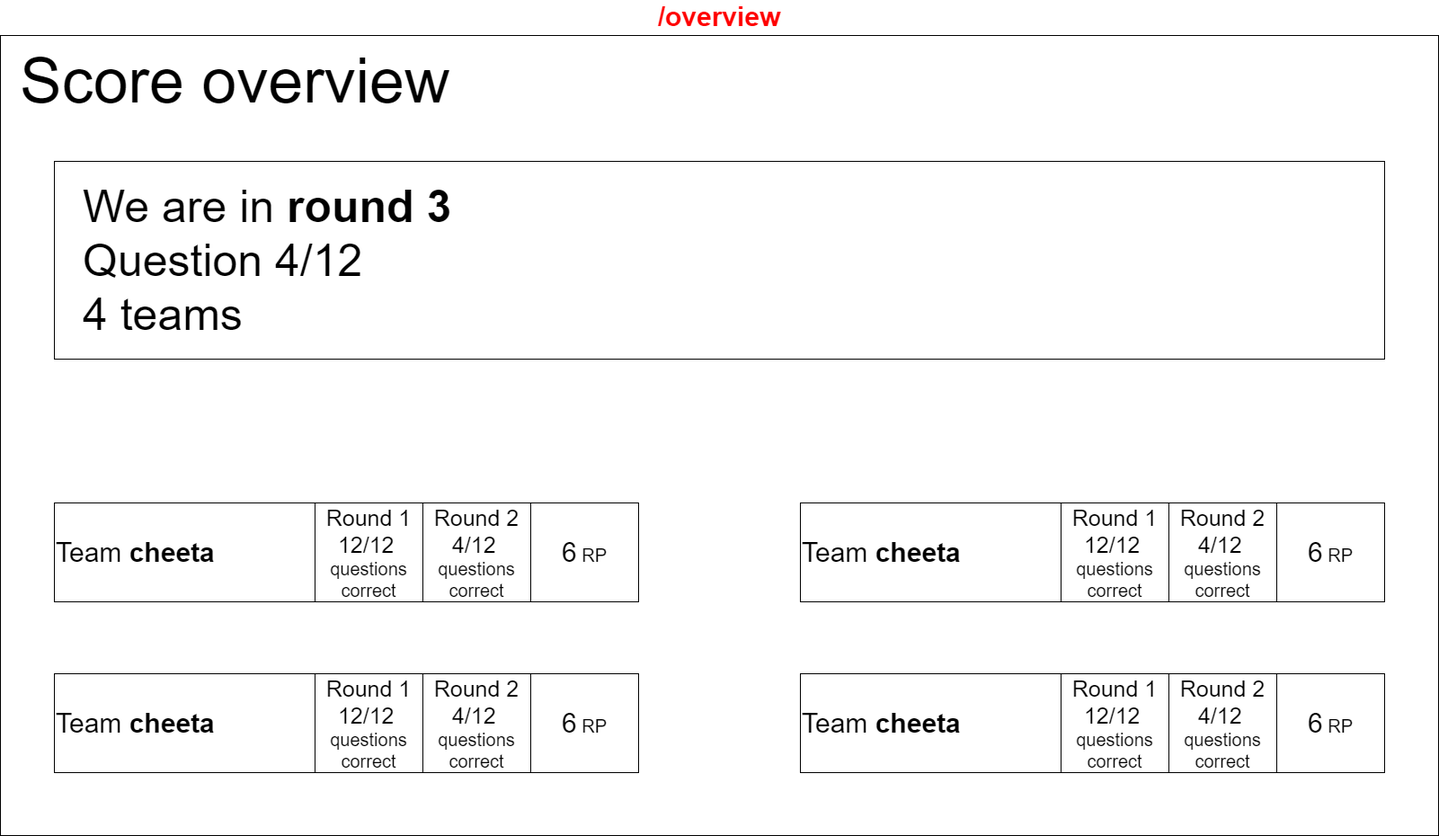
Earlier version of the draw.io export docs/wireframes/scoreboard-overview.png (IkBenDeSjaak/Quizzer). Source tidied: cells renumbered, new cells last; positions are measured from the earlier drawing's top-left corner, leaving out a move shared by most shapes.
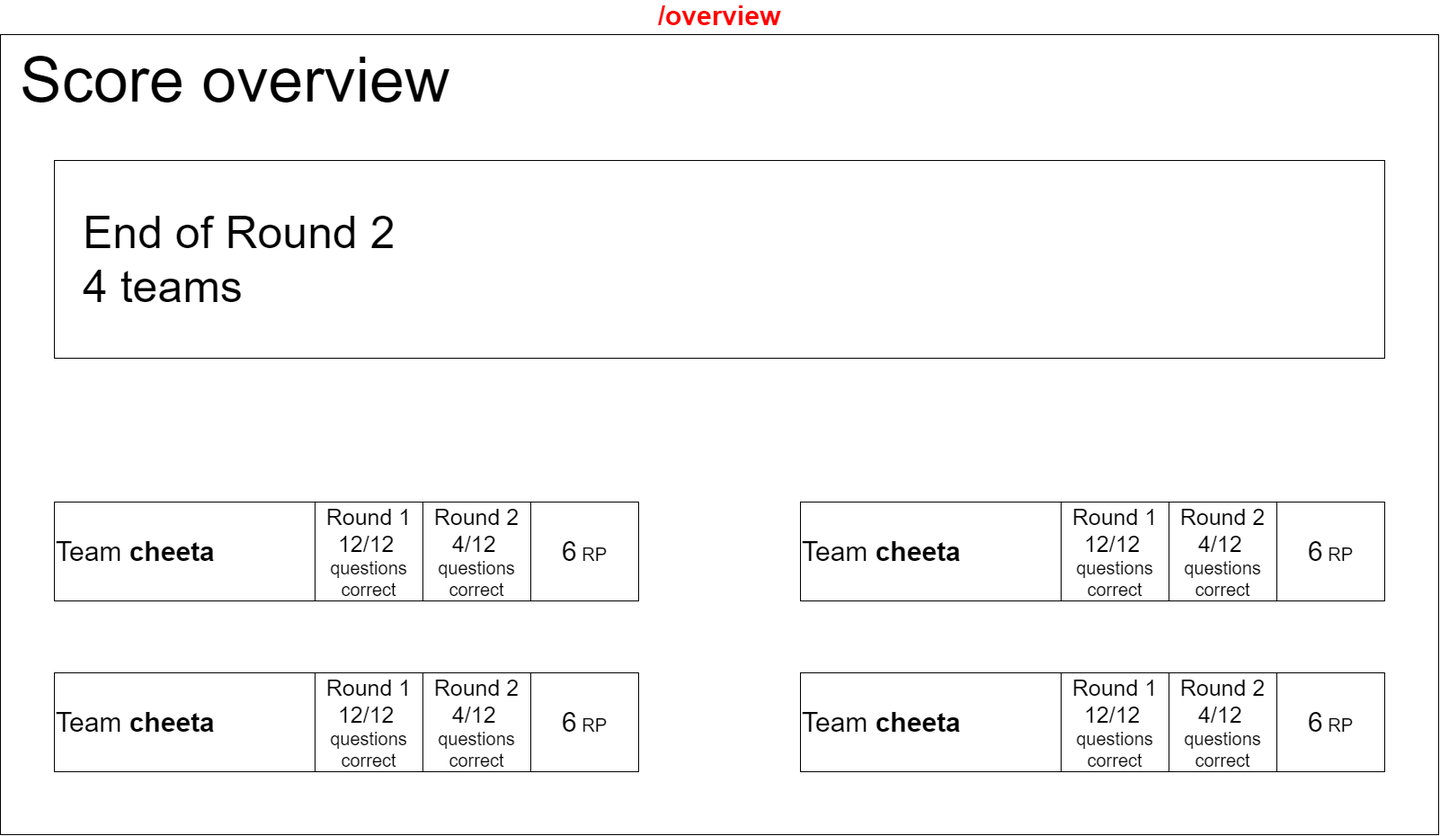
Later version of the same file.

The edit, as a diff of the source:
```diff
@@ -20,7 +20,7 @@
     <mxCell id="7" style="rounded=0;whiteSpace=wrap;html=1;" parent="1" vertex="1">
       <mxGeometry x="60" y="140" width="1480" height="220" as="geometry" />
     </mxCell>
-    <mxCell id="8" value="&lt;font style=&quot;font-size: 50px&quot;&gt;We are in &lt;b&gt;round 3&lt;/b&gt;&lt;br&gt;Question 4/12&lt;br&gt;4 teams&lt;br&gt;&lt;/font&gt;" style="text;html=1;strokeColor=none;fillColor=none;align=left;verticalAlign=middle;whiteSpace=wrap;rounded=0;" parent="1" vertex="1">
+    <mxCell id="8" value="&lt;font style=&quot;font-size: 50px&quot;&gt;End of&amp;nbsp;Round 2&lt;br&gt;4 teams&lt;br&gt;&lt;/font&gt;" style="text;html=1;strokeColor=none;fillColor=none;align=left;verticalAlign=middle;whiteSpace=wrap;rounded=0;" parent="1" vertex="1">
       <mxGeometry x="90" y="140" width="490" height="220" as="geometry" />
     </mxCell>
     <mxCell id="9" value="&lt;font style=&quot;font-size: 25px&quot;&gt;Round 2&lt;br&gt;4/12&lt;/font&gt;&lt;font style=&quot;font-size: 20px&quot;&gt;&amp;nbsp;&lt;br&gt;questions correct&lt;/font&gt;" style="rounded=0;whiteSpace=wrap;html=1;" parent="1" vertex="1">
```
